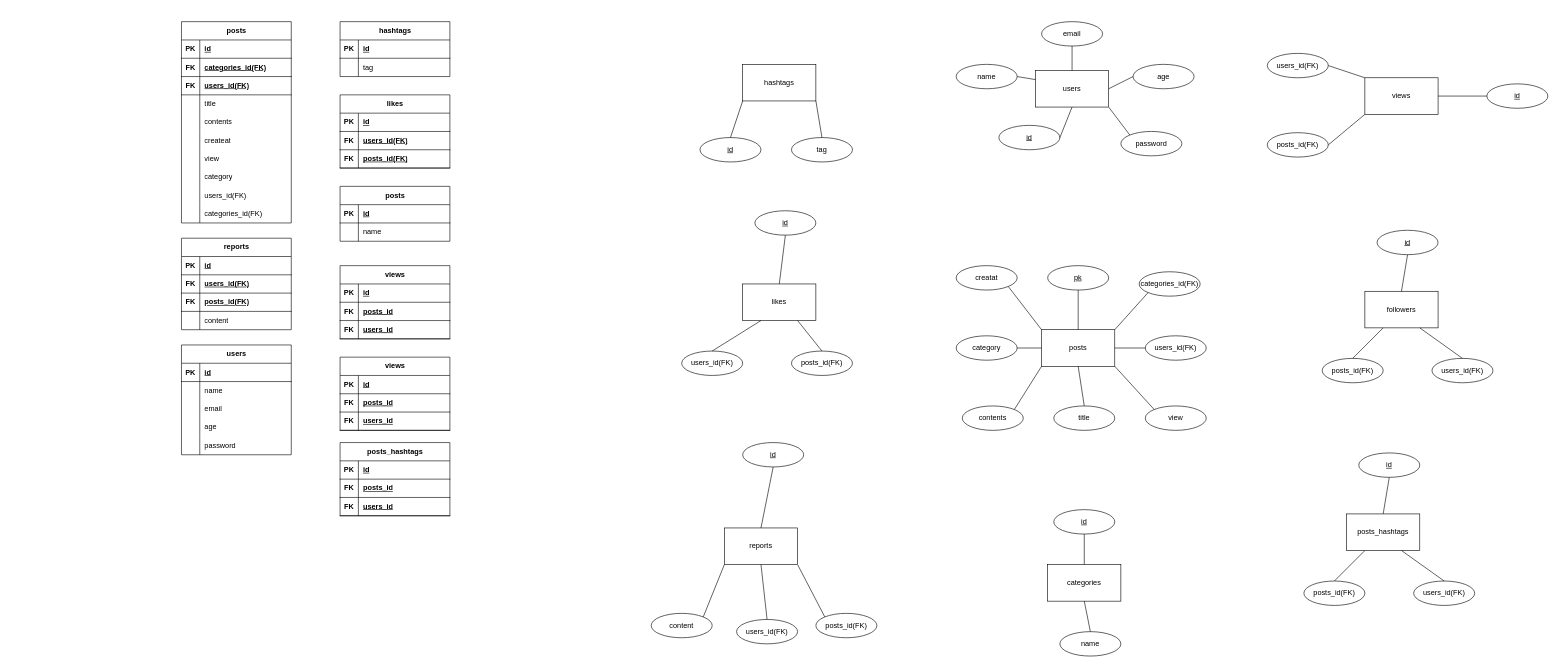
seastj/til_db keeps this draw.io diagram as study.drawio. Above is the earlier version. Source tidied: cells renumbered, new cells numbered last; positions are measured from the earlier drawing's top-left corner, leaving out a move shared by most shapes. Both pictures are drawn from the tidied source at 61%, with x=0, y=0 at pixel (181, 21).
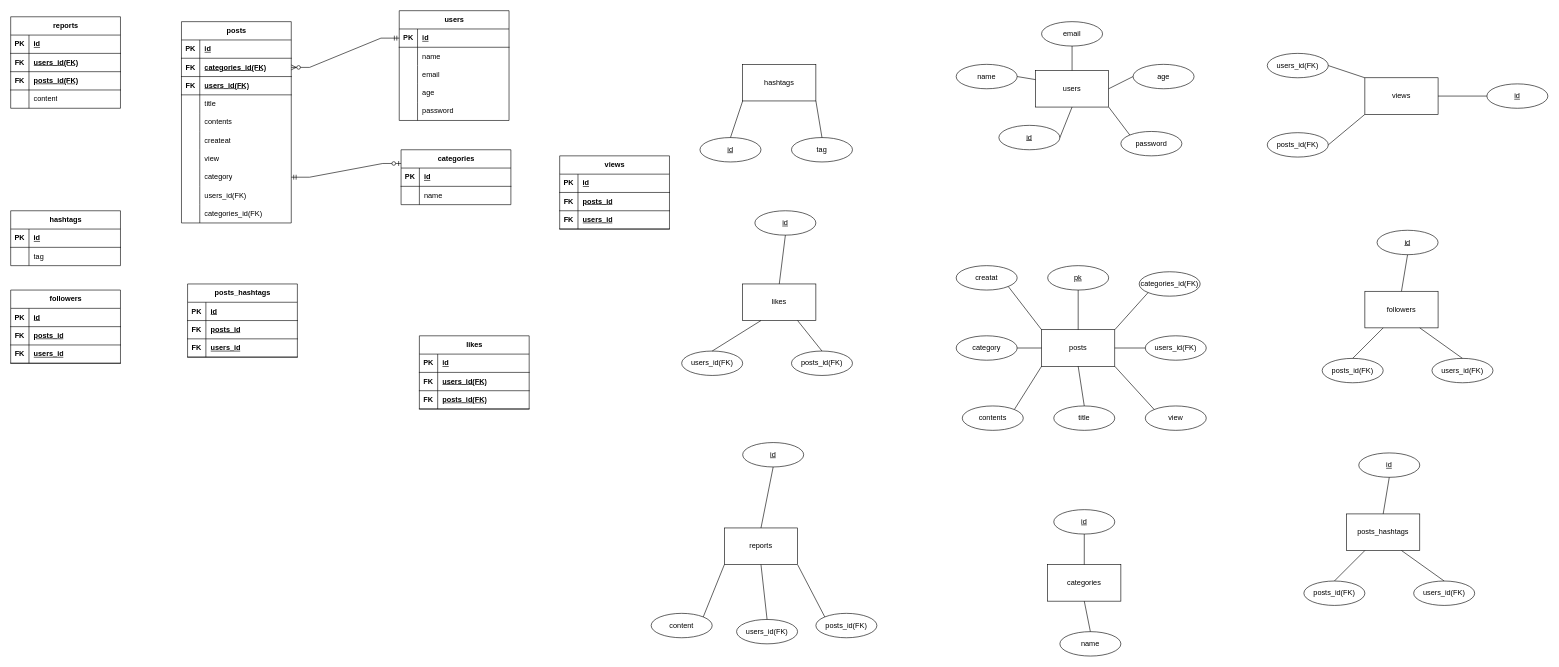
The same page after the edit.

The change refers to these unchanged cells:
```xml
<mxCell id="21" style="shape=tableRow;horizontal=0;startSize=0;swimlaneHead=0;swimlaneBody=0;fillColor=none;points=[[0,0.5],[1,0.5]];portConstraint=eastwest;top=0;left=0;right=0;bottom=1;" parent="20" vertex="1">
  <mxGeometry y="30" width="180" height="30" as="geometry" />
</mxCell>
<mxCell id="56" style="shape=tableRow;horizontal=0;startSize=0;swimlaneHead=0;swimlaneBody=0;fillColor=none;points=[[0,0.5],[1,0.5]];portConstraint=eastwest;top=0;left=0;right=0;bottom=1;" parent="52" vertex="1">
  <mxGeometry y="60" width="180" height="30" as="geometry" />
</mxCell>
<mxCell id="74" style="shape=tableRow;horizontal=0;startSize=0;swimlaneHead=0;swimlaneBody=0;fillColor=none;points=[[0,0.5],[1,0.5]];portConstraint=eastwest;top=0;left=0;right=0;bottom=0;" parent="52" vertex="1">
  <mxGeometry y="240" width="180" height="30" as="geometry" />
</mxCell>
```

Diff of the diagram source:
```diff
@@
     <mxCell id="20" value="users" style="shape=table;startSize=30;childLayout=tableLayout;rowLines=0;fontStyle=1;align=center;html=1;" parent="1" vertex="1">
-      <mxGeometry y="530" width="180" height="180" as="geometry" />
+      <mxGeometry x="357" y="-18" width="180" height="180" as="geometry" />
     </mxCell>
@@
-    <mxCell id="87" value="posts" style="shape=table;startSize=30;childLayout=tableLayout;rowLines=0;fontStyle=1;align=center;html=1;" parent="1" vertex="1">
-      <mxGeometry x="260" y="270" width="180" height="90" as="geometry" />
-    </mxCell>
-    <mxCell id="88" style="shape=tableRow;horizontal=0;startSize=0;swimlaneHead=0;swimlaneBody=0;fillColor=none;top=0;left=0;right=0;bottom=1;" parent="87" vertex="1">
-      <mxGeometry y="30" width="180" height="30" as="geometry" />
-    </mxCell>
-    <mxCell id="89" value="PK" style="shape=partialRectangle;fillColor=none;top=0;left=0;bottom=0;right=0;fontStyle=1;overflow=hidden;whiteSpace=wrap;html=1;" parent="88" vertex="1">
-      <mxGeometry width="30" height="30" as="geometry" />
-    </mxCell>
-    <mxCell id="90" value="id" style="shape=partialRectangle;fillColor=none;top=0;left=0;bottom=0;right=0;align=left;spacingLeft=6;fontStyle=5;overflow=hidden;whiteSpace=wrap;html=1;" parent="88" vertex="1">
-      <mxGeometry x="30" width="150" height="30" as="geometry" />
-    </mxCell>
-    <mxCell id="91" style="shape=tableRow;horizontal=0;startSize=0;swimlaneHead=0;swimlaneBody=0;fillColor=none;top=0;left=0;right=0;bottom=0;" parent="87" vertex="1">
-      <mxGeometry y="60" width="180" height="30" as="geometry" />
-    </mxCell>
-    <mxCell id="92" style="shape=partialRectangle;fillColor=none;top=0;left=0;bottom=0;right=0;overflow=hidden;whiteSpace=wrap;html=1;" parent="91" vertex="1">
-      <mxGeometry width="30" height="30" as="geometry" />
-    </mxCell>
-    <mxCell id="93" value="&lt;span style=&quot;text-align: center;&quot;&gt;name&lt;/span&gt;" style="shape=partialRectangle;fillColor=none;top=0;left=0;bottom=0;right=0;align=left;spacingLeft=6;overflow=hidden;whiteSpace=wrap;html=1;" parent="91" vertex="1">
-      <mxGeometry x="30" width="150" height="30" as="geometry" />
-    </mxCell>
@@
     <mxCell id="100" value="views" style="shape=table;startSize=30;childLayout=tableLayout;rowLines=0;fontStyle=1;align=center;html=1;" parent="1" vertex="1">
-      <mxGeometry x="260" y="400" width="180" height="120" as="geometry" />
+      <mxGeometry x="620" y="220" width="180" height="120" as="geometry" />
     </mxCell>
@@
     <mxCell id="112" value="hashtags" style="shape=table;startSize=30;childLayout=tableLayout;rowLines=0;fontStyle=1;align=center;html=1;" parent="1" vertex="1">
-      <mxGeometry x="260" width="180" height="90" as="geometry" />
+      <mxGeometry x="-280" y="310" width="180" height="90" as="geometry" />
     </mxCell>
@@
     <mxCell id="125" value="likes" style="shape=table;startSize=30;childLayout=tableLayout;rowLines=0;fontStyle=1;align=center;html=1;" parent="1" vertex="1">
-      <mxGeometry x="260" y="120" width="180" height="120" as="geometry" />
+      <mxGeometry x="390" y="515" width="180" height="120" as="geometry" />
     </mxCell>
@@
     <mxCell id="145" value="reports" style="shape=table;startSize=30;childLayout=tableLayout;rowLines=0;fontStyle=1;align=center;html=1;" parent="1" vertex="1">
-      <mxGeometry y="355" width="180" height="150" as="geometry" />
+      <mxGeometry x="-280" y="-8" width="180" height="150" as="geometry" />
     </mxCell>
@@
-    <mxCell id="159" value="views" style="shape=table;startSize=30;childLayout=tableLayout;rowLines=0;fontStyle=1;align=center;html=1;" parent="1" vertex="1">
-      <mxGeometry x="260" y="550" width="180" height="120" as="geometry" />
-    </mxCell>
-    <mxCell id="160" style="shape=tableRow;horizontal=0;startSize=0;swimlaneHead=0;swimlaneBody=0;fillColor=none;top=0;left=0;right=0;bottom=1;" parent="159" vertex="1">
-      <mxGeometry y="30" width="180" height="30" as="geometry" />
-    </mxCell>
-    <mxCell id="161" value="PK" style="shape=partialRectangle;fillColor=none;top=0;left=0;bottom=0;right=0;fontStyle=1;overflow=hidden;whiteSpace=wrap;html=1;" parent="160" vertex="1">
-      <mxGeometry width="30" height="30" as="geometry" />
-    </mxCell>
-    <mxCell id="162" value="id" style="shape=partialRectangle;fillColor=none;top=0;left=0;bottom=0;right=0;align=left;spacingLeft=6;fontStyle=5;overflow=hidden;whiteSpace=wrap;html=1;" parent="160" vertex="1">
-      <mxGeometry x="30" width="150" height="30" as="geometry" />
-    </mxCell>
-    <mxCell id="163" style="shape=tableRow;horizontal=0;startSize=0;swimlaneHead=0;swimlaneBody=0;fillColor=none;top=0;left=0;right=0;bottom=1;" parent="159" vertex="1">
-      <mxGeometry y="60" width="180" height="30" as="geometry" />
-    </mxCell>
-    <mxCell id="164" value="FK" style="shape=partialRectangle;fillColor=none;top=0;left=0;bottom=0;right=0;fontStyle=1;overflow=hidden;whiteSpace=wrap;html=1;" parent="163" vertex="1">
-      <mxGeometry width="30" height="30" as="geometry" />
-    </mxCell>
-    <mxCell id="165" value="posts_id" style="shape=partialRectangle;fillColor=none;top=0;left=0;bottom=0;right=0;align=left;spacingLeft=6;fontStyle=5;overflow=hidden;whiteSpace=wrap;html=1;" parent="163" vertex="1">
-      <mxGeometry x="30" width="150" height="30" as="geometry" />
-    </mxCell>
-    <mxCell id="166" style="shape=tableRow;horizontal=0;startSize=0;swimlaneHead=0;swimlaneBody=0;fillColor=none;top=0;left=0;right=0;bottom=1;" parent="159" vertex="1">
-      <mxGeometry y="90" width="180" height="30" as="geometry" />
-    </mxCell>
-    <mxCell id="167" value="FK" style="shape=partialRectangle;fillColor=none;top=0;left=0;bottom=0;right=0;fontStyle=1;overflow=hidden;whiteSpace=wrap;html=1;" parent="166" vertex="1">
-      <mxGeometry width="30" height="30" as="geometry" />
-    </mxCell>
-    <mxCell id="168" value="users_id" style="shape=partialRectangle;fillColor=none;top=0;left=0;bottom=0;right=0;align=left;spacingLeft=6;fontStyle=5;overflow=hidden;whiteSpace=wrap;html=1;" parent="166" vertex="1">
-      <mxGeometry x="30" width="150" height="30" as="geometry" />
-    </mxCell>
@@
     <mxCell id="174" value="posts_hashtags" style="shape=table;startSize=30;childLayout=tableLayout;rowLines=0;fontStyle=1;align=center;html=1;" parent="1" vertex="1">
-      <mxGeometry x="260" y="690" width="180" height="120" as="geometry" />
+      <mxGeometry x="10" y="430" width="180" height="120" as="geometry" />
     </mxCell>
@@
+    <mxCell id="191" value="categories" style="shape=table;startSize=30;childLayout=tableLayout;rowLines=0;fontStyle=1;align=center;html=1;" parent="1" vertex="1">
+      <mxGeometry x="360" y="210" width="180" height="90" as="geometry" />
+    </mxCell>
+    <mxCell id="192" style="shape=tableRow;horizontal=0;startSize=0;swimlaneHead=0;swimlaneBody=0;fillColor=none;top=0;left=0;right=0;bottom=1;" parent="191" vertex="1">
+      <mxGeometry y="30" width="180" height="30" as="geometry" />
+    </mxCell>
+    <mxCell id="193" value="PK" style="shape=partialRectangle;fillColor=none;top=0;left=0;bottom=0;right=0;fontStyle=1;overflow=hidden;whiteSpace=wrap;html=1;" parent="192" vertex="1">
+      <mxGeometry width="30" height="30" as="geometry" />
+    </mxCell>
+    <mxCell id="194" value="id" style="shape=partialRectangle;fillColor=none;top=0;left=0;bottom=0;right=0;align=left;spacingLeft=6;fontStyle=5;overflow=hidden;whiteSpace=wrap;html=1;" parent="192" vertex="1">
+      <mxGeometry x="30" width="150" height="30" as="geometry" />
+    </mxCell>
+    <mxCell id="91" style="shape=tableRow;horizontal=0;startSize=0;swimlaneHead=0;swimlaneBody=0;fillColor=none;top=0;left=0;right=0;bottom=0;" parent="191" vertex="1">
+      <mxGeometry y="60" width="180" height="30" as="geometry" />
+    </mxCell>
+    <mxCell id="92" style="shape=partialRectangle;fillColor=none;top=0;left=0;bottom=0;right=0;overflow=hidden;whiteSpace=wrap;html=1;" parent="91" vertex="1">
+      <mxGeometry width="30" height="30" as="geometry" />
+    </mxCell>
+    <mxCell id="93" value="&lt;span style=&quot;text-align: center;&quot;&gt;name&lt;/span&gt;" style="shape=partialRectangle;fillColor=none;top=0;left=0;bottom=0;right=0;align=left;spacingLeft=6;overflow=hidden;whiteSpace=wrap;html=1;" parent="91" vertex="1">
+      <mxGeometry x="30" width="150" height="30" as="geometry" />
+    </mxCell>
+    <mxCell id="195" value="followers" style="shape=table;startSize=30;childLayout=tableLayout;rowLines=0;fontStyle=1;align=center;html=1;" parent="1" vertex="1">
+      <mxGeometry x="-280" y="440" width="180" height="120" as="geometry" />
+    </mxCell>
+    <mxCell id="196" style="shape=tableRow;horizontal=0;startSize=0;swimlaneHead=0;swimlaneBody=0;fillColor=none;top=0;left=0;right=0;bottom=1;" parent="195" vertex="1">
+      <mxGeometry y="30" width="180" height="30" as="geometry" />
+    </mxCell>
+    <mxCell id="197" value="PK" style="shape=partialRectangle;fillColor=none;top=0;left=0;bottom=0;right=0;fontStyle=1;overflow=hidden;whiteSpace=wrap;html=1;" parent="196" vertex="1">
+      <mxGeometry width="30" height="30" as="geometry" />
+    </mxCell>
+    <mxCell id="198" value="id" style="shape=partialRectangle;fillColor=none;top=0;left=0;bottom=0;right=0;align=left;spacingLeft=6;fontStyle=5;overflow=hidden;whiteSpace=wrap;html=1;" parent="196" vertex="1">
+      <mxGeometry x="30" width="150" height="30" as="geometry" />
+    </mxCell>
+    <mxCell id="163" style="shape=tableRow;horizontal=0;startSize=0;swimlaneHead=0;swimlaneBody=0;fillColor=none;top=0;left=0;right=0;bottom=1;" parent="195" vertex="1">
+      <mxGeometry y="60" width="180" height="30" as="geometry" />
+    </mxCell>
+    <mxCell id="199" value="FK" style="shape=partialRectangle;fillColor=none;top=0;left=0;bottom=0;right=0;fontStyle=1;overflow=hidden;whiteSpace=wrap;html=1;" parent="163" vertex="1">
+      <mxGeometry width="30" height="30" as="geometry" />
+    </mxCell>
+    <mxCell id="165" value="posts_id" style="shape=partialRectangle;fillColor=none;top=0;left=0;bottom=0;right=0;align=left;spacingLeft=6;fontStyle=5;overflow=hidden;whiteSpace=wrap;html=1;" parent="163" vertex="1">
+      <mxGeometry x="30" width="150" height="30" as="geometry" />
+    </mxCell>
+    <mxCell id="166" style="shape=tableRow;horizontal=0;startSize=0;swimlaneHead=0;swimlaneBody=0;fillColor=none;top=0;left=0;right=0;bottom=1;" parent="195" vertex="1">
+      <mxGeometry y="90" width="180" height="30" as="geometry" />
+    </mxCell>
+    <mxCell id="200" value="FK" style="shape=partialRectangle;fillColor=none;top=0;left=0;bottom=0;right=0;fontStyle=1;overflow=hidden;whiteSpace=wrap;html=1;" parent="166" vertex="1">
+      <mxGeometry width="30" height="30" as="geometry" />
+    </mxCell>
+    <mxCell id="168" value="users_id" style="shape=partialRectangle;fillColor=none;top=0;left=0;bottom=0;right=0;align=left;spacingLeft=6;fontStyle=5;overflow=hidden;whiteSpace=wrap;html=1;" parent="166" vertex="1">
+      <mxGeometry x="30" width="150" height="30" as="geometry" />
+    </mxCell>
+    <mxCell id="201" style="edgeStyle=entityRelationEdgeStyle;fontSize=12;html=1;endArrow=ERzeroToMany;startArrow=ERmandOne;rounded=0;exitX=0;exitY=0.5;exitDx=0;exitDy=0;entryX=1;entryY=0.5;entryDx=0;entryDy=0;" parent="1" edge="1" source="21" target="56">
+      <mxGeometry relative="1" as="geometry" />
+    </mxCell>
+    <mxCell id="202" style="edgeStyle=entityRelationEdgeStyle;fontSize=12;html=1;endArrow=ERzeroToOne;startArrow=ERmandOne;rounded=0;exitX=1;exitY=0.5;exitDx=0;exitDy=0;entryX=0;entryY=0.25;entryDx=0;entryDy=0;" parent="1" edge="1" source="74" target="191">
+      <mxGeometry relative="1" as="geometry" />
+    </mxCell>
```
